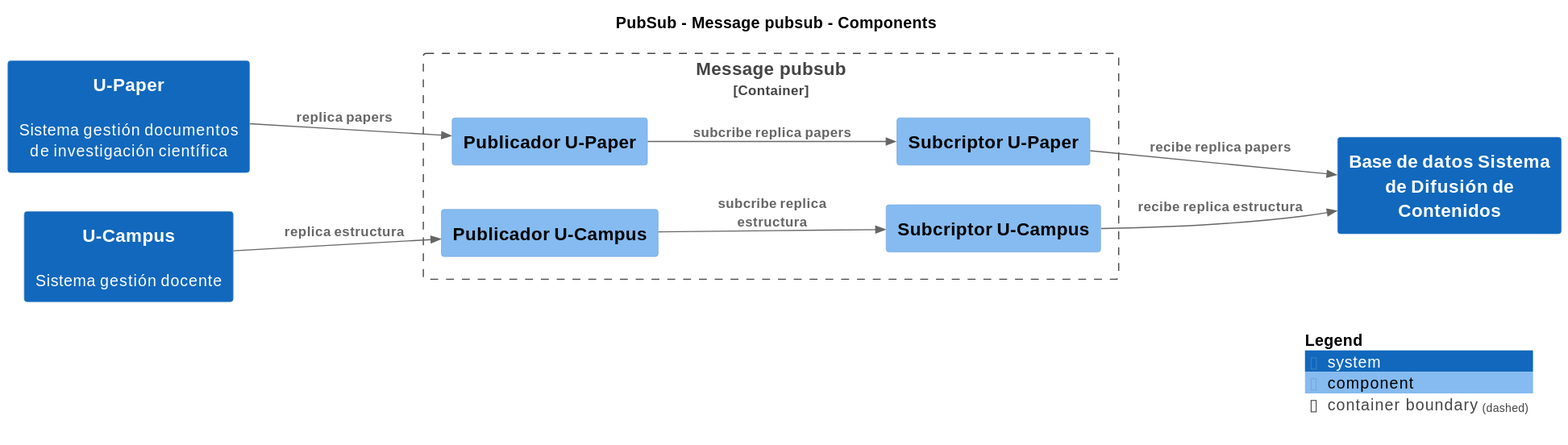
The PlantUML diagram build/site/svg/Component-003-Component-003.svg in nbrx/c4-dcc-arq, before a commit. Its source is kept beside it as build/site/puml/Component-003-Component-003.puml. Source of this version:
```plantuml
@startuml
set separator none
title PubSub - Message pubsub - Components

left to right direction

!include <C4/C4>
!include <C4/C4_Context>
!include <C4/C4_Component>

skinparam svgDimensionStyle false
skinparam preserveAspectRatio meet
System(BasededatosSistemadeDifusióndeContenidos, "Base de datos Sistema de Difusión de Contenidos", "", $tags="")[[../../base-de-datos-sistema-de-difusión-de-contenidos/context/]]
System(UPaper, "U-Paper", "Sistema gestión documentos de investigación científica", $tags="")[[../../u-paper/context/]]
System(UCampus, "U-Campus", "Sistema gestión docente", $tags="")[[../../u-campus/context/]]

Container_Boundary("PubSub.Messagepubsub_boundary", "Message pubsub", $tags="") {
  Component(PubSub.Messagepubsub.PublicadorUPaper, "Publicador U-Paper", "", $tags="")
  Component(PubSub.Messagepubsub.SubcriptorUCampus, "Subcriptor U-Campus", "", $tags="")
  Component(PubSub.Messagepubsub.SubcriptorUPaper, "Subcriptor U-Paper", "", $tags="")
  Component(PubSub.Messagepubsub.PublicadorUCampus, "Publicador U-Campus", "", $tags="")
}

Rel_D(PubSub.Messagepubsub.PublicadorUCampus, PubSub.Messagepubsub.SubcriptorUCampus, "subcribe replica estructura", $tags="")
Rel_D(PubSub.Messagepubsub.SubcriptorUCampus, BasededatosSistemadeDifusióndeContenidos, "recibe replica estructura", $tags="")
Rel_D(PubSub.Messagepubsub.PublicadorUPaper, PubSub.Messagepubsub.SubcriptorUPaper, "subcribe replica papers", $tags="")
Rel_D(PubSub.Messagepubsub.SubcriptorUPaper, BasededatosSistemadeDifusióndeContenidos, "recibe replica papers", $tags="")
Rel_D(UCampus, PubSub.Messagepubsub.PublicadorUCampus, "replica estructura", $tags="")
Rel_D(UPaper, PubSub.Messagepubsub.PublicadorUPaper, "replica papers", $tags="")

SHOW_LEGEND(true)
@enduml
```
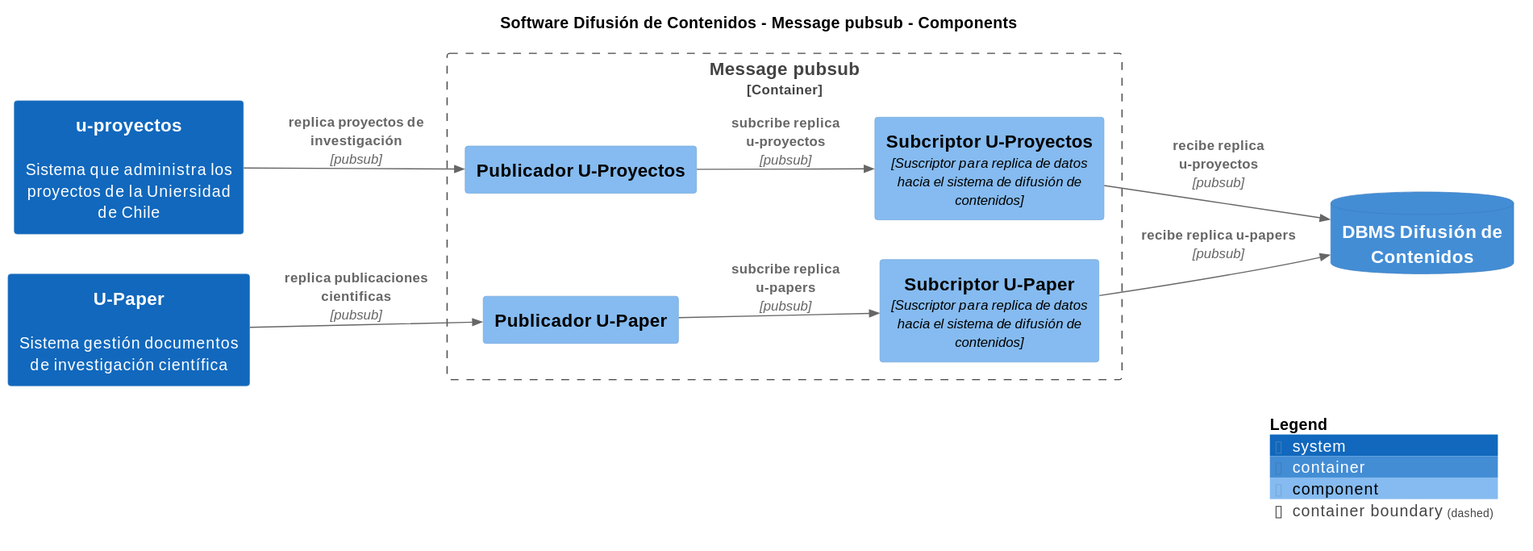
The same file after the commit.

What changed in the source:
```diff
@@ -1,32 +1,33 @@
 @startuml
 set separator none
-title PubSub - Message pubsub - Components
+title Software Difusión de Contenidos - Message pubsub - Components
 
 left to right direction
 
 !include <C4/C4>
 !include <C4/C4_Context>
+!include <C4/C4_Container>
 !include <C4/C4_Component>
 
 skinparam svgDimensionStyle false
 skinparam preserveAspectRatio meet
-System(BasededatosSistemadeDifusióndeContenidos, "Base de datos Sistema de Difusión de Contenidos", "", $tags="")[[../../base-de-datos-sistema-de-difusión-de-contenidos/context/]]
+ContainerDb(SoftwareDifusióndeContenidos.DBMSDifusióndeContenidos, "DBMS Difusión de Contenidos", "", $tags="")
+System(uproyectos, "u-proyectos", "Sistema que administra los proyectos de la Uniersidad de Chile", $tags="")[[../../u-proyectos/context/]]
 System(UPaper, "U-Paper", "Sistema gestión documentos de investigación científica", $tags="")[[../../u-paper/context/]]
-System(UCampus, "U-Campus", "Sistema gestión docente", $tags="")[[../../u-campus/context/]]
 
-Container_Boundary("PubSub.Messagepubsub_boundary", "Message pubsub", $tags="") {
-  Component(PubSub.Messagepubsub.PublicadorUPaper, "Publicador U-Paper", "", $tags="")
-  Component(PubSub.Messagepubsub.SubcriptorUCampus, "Subcriptor U-Campus", "", $tags="")
-  Component(PubSub.Messagepubsub.SubcriptorUPaper, "Subcriptor U-Paper", "", $tags="")
-  Component(PubSub.Messagepubsub.PublicadorUCampus, "Publicador U-Campus", "", $tags="")
+Container_Boundary("SoftwareDifusióndeContenidos.Messagepubsub_boundary", "Message pubsub", $tags="") {
+  Component(SoftwareDifusióndeContenidos.Messagepubsub.PublicadorUPaper, "Publicador U-Paper", "", $tags="")
+  Component(SoftwareDifusióndeContenidos.Messagepubsub.PublicadorUProyectos, "Publicador U-Proyectos", "", $tags="")
+  Component(SoftwareDifusióndeContenidos.Messagepubsub.SubcriptorUProyectos, "Subcriptor U-Proyectos", "Suscriptor para replica de datos hacia el sistema de difusión de contenidos", $tags="")
+  Component(SoftwareDifusióndeContenidos.Messagepubsub.SubcriptorUPaper, "Subcriptor U-Paper", "Suscriptor para replica de datos hacia el sistema de difusión de contenidos", $tags="")
 }
 
-Rel_D(PubSub.Messagepubsub.PublicadorUCampus, PubSub.Messagepubsub.SubcriptorUCampus, "subcribe replica estructura", $tags="")
-Rel_D(PubSub.Messagepubsub.SubcriptorUCampus, BasededatosSistemadeDifusióndeContenidos, "recibe replica estructura", $tags="")
-Rel_D(PubSub.Messagepubsub.PublicadorUPaper, PubSub.Messagepubsub.SubcriptorUPaper, "subcribe replica papers", $tags="")
-Rel_D(PubSub.Messagepubsub.SubcriptorUPaper, BasededatosSistemadeDifusióndeContenidos, "recibe replica papers", $tags="")
-Rel_D(UCampus, PubSub.Messagepubsub.PublicadorUCampus, "replica estructura", $tags="")
-Rel_D(UPaper, PubSub.Messagepubsub.PublicadorUPaper, "replica papers", $tags="")
+Rel_D(uproyectos, SoftwareDifusióndeContenidos.Messagepubsub.PublicadorUProyectos, "replica proyectos de investigación", "pubsub", $tags="")
+Rel_D(SoftwareDifusióndeContenidos.Messagepubsub.PublicadorUProyectos, SoftwareDifusióndeContenidos.Messagepubsub.SubcriptorUProyectos, "subcribe replica u-proyectos", "pubsub", $tags="")
+Rel_D(SoftwareDifusióndeContenidos.Messagepubsub.SubcriptorUProyectos, SoftwareDifusióndeContenidos.DBMSDifusióndeContenidos, "recibe replica u-proyectos", "pubsub", $tags="")
+Rel_D(UPaper, SoftwareDifusióndeContenidos.Messagepubsub.PublicadorUPaper, "replica publicaciones cientificas", "pubsub", $tags="")
+Rel_D(SoftwareDifusióndeContenidos.Messagepubsub.PublicadorUPaper, SoftwareDifusióndeContenidos.Messagepubsub.SubcriptorUPaper, "subcribe replica u-papers", "pubsub", $tags="")
+Rel_D(SoftwareDifusióndeContenidos.Messagepubsub.SubcriptorUPaper, SoftwareDifusióndeContenidos.DBMSDifusióndeContenidos, "recibe replica u-papers", "pubsub", $tags="")
 
 SHOW_LEGEND(true)
 @enduml
```
